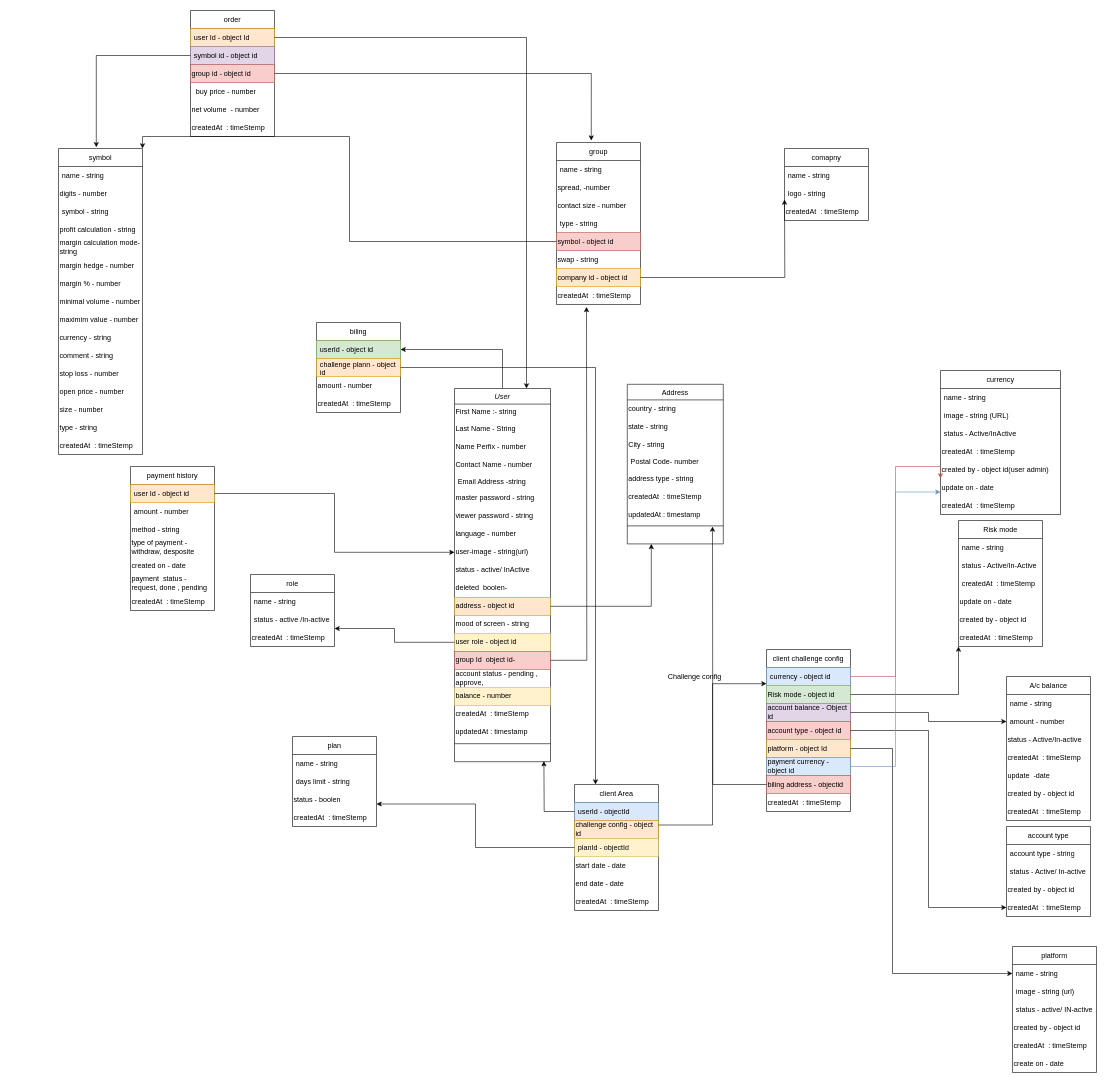
ankurram/testing1 keeps this draw.io diagram as Untitled Diagram.drawio. Above is the earlier version. Source tidied: cells renumbered, new cells numbered last; positions are measured from the earlier drawing's top-left corner, leaving out a move shared by most shapes. Both pictures are drawn from the tidied source at 60%, with x=0, y=0 at pixel (58, 10).
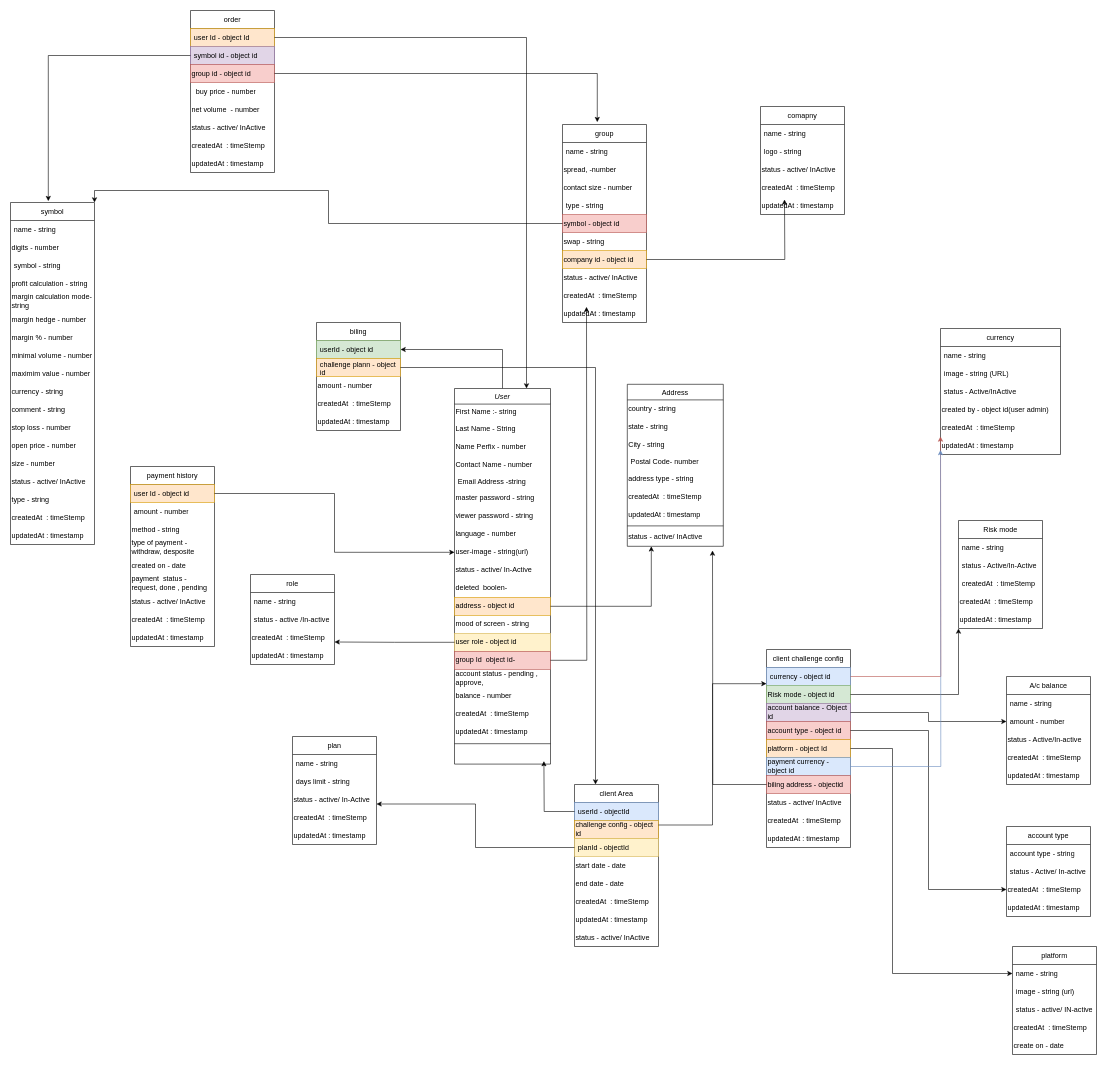
The same diagram, later.

Unchanged cells that the change refers to:
```xml
<mxCell id="43" value="currency - object id" style="text;strokeColor=#6c8ebf;fillColor=#dae8fc;align=left;verticalAlign=middle;spacingLeft=4;spacingRight=4;overflow=hidden;points=[[0,0.5],[1,0.5]];portConstraint=eastwest;whiteSpace=wrap;html=1;" parent="42" vertex="1">
  <mxGeometry y="30" width="140" height="30" as="geometry" />
</mxCell>
<mxCell id="48" value="payment currency - object id" style="text;html=1;strokeColor=#6c8ebf;fillColor=#dae8fc;align=left;verticalAlign=middle;whiteSpace=wrap;rounded=0;" parent="42" vertex="1">
  <mxGeometry y="180" width="140" height="30" as="geometry" />
</mxCell>
<mxCell id="49" value="biling address - objectid" style="text;html=1;strokeColor=#b85450;fillColor=#f8cecc;align=left;verticalAlign=middle;whiteSpace=wrap;rounded=0;" parent="42" vertex="1">
  <mxGeometry y="210" width="140" height="30" as="geometry" />
</mxCell>
<mxCell id="89" value="account type" style="swimlane;fontStyle=0;horizontal=1;startSize=30;whiteSpace=wrap;html=1;labelBackgroundColor=none;labelBorderColor=none;" parent="1" vertex="1">
  <mxGeometry x="1580" y="1360" width="140" height="150" as="geometry" />
</mxCell>
```

Diff of the diagram source:
```diff
@@
     <mxCell id="3" value="User" style="swimlane;fontStyle=2;align=center;verticalAlign=top;horizontal=1;startSize=26;rounded=0;shadow=0;strokeWidth=1;" parent="1" vertex="1">
-      <mxGeometry x="660" y="630" width="160" height="622" as="geometry" />
+      <mxGeometry x="660" y="630" width="160" height="626" as="geometry" />
     </mxCell>
@@
-    <mxCell id="13" value="status - active/ InActive" style="text;html=1;strokeColor=none;fillColor=none;align=left;verticalAlign=middle;whiteSpace=wrap;rounded=0;" parent="3" vertex="1">
+    <mxCell id="13" value="status - active/ In-Active" style="text;html=1;strokeColor=none;fillColor=none;align=left;verticalAlign=middle;whiteSpace=wrap;rounded=0;" parent="3" vertex="1">
       <mxGeometry y="288" width="160" height="30" as="geometry" />
     </mxCell>
@@
-    <mxCell id="20" value="balance - number" style="text;html=1;strokeColor=#d6b656;fillColor=#fff2cc;align=left;verticalAlign=middle;whiteSpace=wrap;rounded=0;" parent="3" vertex="1">
+    <mxCell id="20" value="balance - number" style="text;html=1;align=left;verticalAlign=middle;whiteSpace=wrap;rounded=0;" parent="3" vertex="1">
       <mxGeometry y="498" width="160" height="30" as="geometry" />
     </mxCell>
@@
     <mxCell id="24" value="Address" style="swimlane;fontStyle=0;align=center;verticalAlign=top;horizontal=1;startSize=26;rounded=0;shadow=0;strokeWidth=1;" parent="1" vertex="1">
-      <mxGeometry x="948" y="623" width="160" height="266" as="geometry" />
+      <mxGeometry x="948" y="623" width="160" height="270" as="geometry" />
     </mxCell>
@@
+    <mxCell id="164" value="status - active/ InActive" style="text;html=1;strokeColor=none;fillColor=none;align=left;verticalAlign=middle;whiteSpace=wrap;rounded=0;" parent="24" vertex="1">
+      <mxGeometry y="240" width="160" height="30" as="geometry" />
+    </mxCell>
     <mxCell id="33" value="client Area" style="swimlane;fontStyle=0;horizontal=1;startSize=30;whiteSpace=wrap;html=1;" parent="1" vertex="1">
-      <mxGeometry x="860" y="1290" width="140" height="210" as="geometry" />
+      <mxGeometry x="860" y="1290" width="140" height="270" as="geometry" />
     </mxCell>
@@
+    <mxCell id="165" value="updatedAt : timestamp" style="text;html=1;strokeColor=none;fillColor=none;align=left;verticalAlign=middle;whiteSpace=wrap;rounded=0;" parent="33" vertex="1">
+      <mxGeometry y="210" width="140" height="30" as="geometry" />
+    </mxCell>
+    <mxCell id="166" value="status - active/ InActive" style="text;html=1;strokeColor=none;fillColor=none;align=left;verticalAlign=middle;whiteSpace=wrap;rounded=0;" parent="33" vertex="1">
+      <mxGeometry y="240" width="140" height="30" as="geometry" />
+    </mxCell>
@@
-    <mxCell id="41" value="Challenge config" style="text;html=1;align=center;verticalAlign=middle;strokeColor=none;fillColor=none;" parent="1" vertex="1">
-      <mxGeometry x="1000" y="1095" width="120" height="30" as="geometry" />
-    </mxCell>
     <mxCell id="42" value="client challenge config" style="swimlane;fontStyle=0;horizontal=1;startSize=30;whiteSpace=wrap;html=1;" parent="1" vertex="1">
-      <mxGeometry x="1180" y="1065" width="140" height="270" as="geometry" />
+      <mxGeometry x="1180" y="1065" width="140" height="330" as="geometry" />
     </mxCell>
@@
+    <mxCell id="167" value="status - active/ InActive" style="text;html=1;strokeColor=none;fillColor=none;align=left;verticalAlign=middle;whiteSpace=wrap;rounded=0;" parent="42" vertex="1">
+      <mxGeometry y="240" width="140" height="30" as="geometry" />
+    </mxCell>
     <mxCell id="50" value="createdAt&amp;nbsp; : timeStemp" style="text;html=1;strokeColor=none;fillColor=none;align=left;verticalAlign=middle;whiteSpace=wrap;rounded=0;" parent="42" vertex="1">
-      <mxGeometry y="240" width="140" height="30" as="geometry" />
+      <mxGeometry y="270" width="140" height="30" as="geometry" />
     </mxCell>
+    <mxCell id="168" value="updatedAt : timestamp" style="text;html=1;strokeColor=none;fillColor=none;align=left;verticalAlign=middle;whiteSpace=wrap;rounded=0;" parent="42" vertex="1">
+      <mxGeometry y="300" width="140" height="30" as="geometry" />
+    </mxCell>
     <mxCell id="51" style="edgeStyle=orthogonalEdgeStyle;rounded=0;jettySize=auto;html=1;" parent="1" edge="1" source="49">
       <mxGeometry relative="1" as="geometry">
-        <mxPoint x="1090" y="860" as="targetPoint" />
+        <mxPoint x="1090" y="900" as="targetPoint" />
       </mxGeometry>
     </mxCell>
     <mxCell id="52" value="biling" style="swimlane;fontStyle=0;horizontal=1;startSize=30;whiteSpace=wrap;html=1;" parent="1" vertex="1">
-      <mxGeometry x="430" y="520" width="140" height="150" as="geometry" />
+      <mxGeometry x="430" y="520" width="140" height="180" as="geometry" />
     </mxCell>
@@
+    <mxCell id="169" value="updatedAt : timestamp" style="text;html=1;strokeColor=none;fillColor=none;align=left;verticalAlign=middle;whiteSpace=wrap;rounded=0;" parent="52" vertex="1">
+      <mxGeometry y="150" width="140" height="30" as="geometry" />
+    </mxCell>
@@
     <mxCell id="58" value="&lt;div align=&quot;center&quot;&gt;plan&lt;/div&gt;" style="swimlane;fontStyle=0;horizontal=1;startSize=30;whiteSpace=wrap;html=1;align=center;" parent="1" vertex="1">
-      <mxGeometry x="390" y="1210" width="140" height="150" as="geometry" />
+      <mxGeometry x="390" y="1210" width="140" height="180" as="geometry" />
     </mxCell>
@@
-    <mxCell id="61" value="status - boolen" style="text;html=1;strokeColor=none;fillColor=none;align=left;verticalAlign=middle;whiteSpace=wrap;rounded=0;" parent="58" vertex="1">
+    <mxCell id="61" value="status - active/ In-Active" style="text;html=1;strokeColor=none;fillColor=none;align=left;verticalAlign=middle;whiteSpace=wrap;rounded=0;" parent="58" vertex="1">
       <mxGeometry y="90" width="140" height="30" as="geometry" />
     </mxCell>
@@
+    <mxCell id="170" value="updatedAt : timestamp" style="text;html=1;strokeColor=none;fillColor=none;align=left;verticalAlign=middle;whiteSpace=wrap;rounded=0;" parent="58" vertex="1">
+      <mxGeometry y="150" width="140" height="30" as="geometry" />
+    </mxCell>
     <mxCell id="63" value="currency" style="swimlane;fontStyle=0;horizontal=1;startSize=30;whiteSpace=wrap;html=1;" parent="1" vertex="1">
-      <mxGeometry x="1470" y="600" width="200" height="240" as="geometry" />
+      <mxGeometry x="1470" y="530" width="200" height="210" as="geometry" />
     </mxCell>
@@
-    <mxCell id="67" value="createdAt&amp;nbsp; : timeStemp" style="text;html=1;strokeColor=none;fillColor=none;align=left;verticalAlign=middle;whiteSpace=wrap;rounded=0;" parent="63" vertex="1">
-      <mxGeometry y="120" width="200" height="30" as="geometry" />
-    </mxCell>
     <mxCell id="68" value="created by - object id(user admin)" style="text;html=1;strokeColor=none;fillColor=none;align=left;verticalAlign=middle;whiteSpace=wrap;rounded=0;" parent="63" vertex="1">
-      <mxGeometry y="150" width="200" height="30" as="geometry" />
+      <mxGeometry y="120" width="200" height="30" as="geometry" />
     </mxCell>
-    <mxCell id="69" value="update on - date" style="text;html=1;strokeColor=none;fillColor=none;align=left;verticalAlign=middle;whiteSpace=wrap;rounded=0;" parent="63" vertex="1">
-      <mxGeometry y="180" width="200" height="30" as="geometry" />
-    </mxCell>
     <mxCell id="70" value="createdAt&amp;nbsp; : timeStemp" style="text;html=1;strokeColor=none;fillColor=none;align=left;verticalAlign=middle;whiteSpace=wrap;rounded=0;" parent="63" vertex="1">
-      <mxGeometry y="210" width="200" height="30" as="geometry" />
+      <mxGeometry y="150" width="200" height="30" as="geometry" />
     </mxCell>
+    <mxCell id="171" value="updatedAt : timestamp" style="text;html=1;strokeColor=none;fillColor=none;align=left;verticalAlign=middle;whiteSpace=wrap;rounded=0;" parent="63" vertex="1">
+      <mxGeometry y="180" width="200" height="30" as="geometry" />
+    </mxCell>
-    <mxCell id="71" style="edgeStyle=orthogonalEdgeStyle;rounded=0;jettySize=auto;html=1;entryX=0;entryY=0;entryDx=0;entryDy=0;fillColor=#f8cecc;strokeColor=#b85450;" parent="1" edge="1" source="43" target="69">
-      <mxGeometry relative="1" as="geometry" />
+    <mxCell id="71" style="edgeStyle=orthogonalEdgeStyle;rounded=0;jettySize=auto;html=1;entryX=0;entryY=0;entryDx=0;entryDy=0;fillColor=#f8cecc;strokeColor=#b85450;" parent="1" edge="1" source="43">
+      <mxGeometry relative="1" as="geometry">
+        <mxPoint x="1470" y="710" as="targetPoint" />
+      </mxGeometry>
     </mxCell>
     <mxCell id="72" value="Risk mode" style="swimlane;fontStyle=0;horizontal=1;startSize=30;whiteSpace=wrap;html=1;" parent="1" vertex="1">
-      <mxGeometry x="1500" y="850" width="140" height="210" as="geometry" />
+      <mxGeometry x="1500" y="850" width="140" height="180" as="geometry" />
     </mxCell>
@@
+    <mxCell id="78" value="createdAt&amp;nbsp; : timeStemp" style="text;html=1;strokeColor=none;fillColor=none;align=left;verticalAlign=middle;whiteSpace=wrap;rounded=0;" parent="72" vertex="1">
+      <mxGeometry y="120" width="140" height="30" as="geometry" />
+    </mxCell>
-    <mxCell id="76" value="update on - date" style="text;html=1;strokeColor=none;fillColor=none;align=left;verticalAlign=middle;whiteSpace=wrap;rounded=0;" parent="72" vertex="1">
-      <mxGeometry y="120" width="140" height="30" as="geometry" />
+    <mxCell id="76" value="updatedAt : timestamp" style="text;html=1;strokeColor=none;fillColor=none;align=left;verticalAlign=middle;whiteSpace=wrap;rounded=0;" parent="72" vertex="1">
+      <mxGeometry y="150" width="140" height="30" as="geometry" />
     </mxCell>
-    <mxCell id="77" value="created by - object id" style="text;html=1;strokeColor=none;fillColor=none;align=left;verticalAlign=middle;whiteSpace=wrap;rounded=0;" parent="72" vertex="1">
-      <mxGeometry y="150" width="140" height="30" as="geometry" />
-    </mxCell>
-    <mxCell id="78" value="createdAt&amp;nbsp; : timeStemp" style="text;html=1;strokeColor=none;fillColor=none;align=left;verticalAlign=middle;whiteSpace=wrap;rounded=0;" parent="72" vertex="1">
-      <mxGeometry y="180" width="140" height="30" as="geometry" />
-    </mxCell>
@@
     <mxCell id="80" value="A/c balance" style="swimlane;fontStyle=0;horizontal=1;startSize=30;whiteSpace=wrap;html=1;" parent="1" vertex="1">
-      <mxGeometry x="1580" y="1110" width="140" height="240" as="geometry" />
+      <mxGeometry x="1580" y="1110" width="140" height="180" as="geometry" />
     </mxCell>
@@
-    <mxCell id="84" value="createdAt&amp;nbsp; : timeStemp" style="text;html=1;strokeColor=none;fillColor=none;align=left;verticalAlign=middle;whiteSpace=wrap;rounded=0;" parent="80" vertex="1">
-      <mxGeometry y="120" width="140" height="30" as="geometry" />
-    </mxCell>
+    <mxCell id="87" value="createdAt&amp;nbsp; : timeStemp" style="text;html=1;strokeColor=none;fillColor=none;align=left;verticalAlign=middle;whiteSpace=wrap;rounded=0;" parent="80" vertex="1">
+      <mxGeometry y="120" width="140" height="30" as="geometry" />
+    </mxCell>
-    <mxCell id="85" value="update&amp;nbsp; -date" style="text;html=1;strokeColor=none;fillColor=none;align=left;verticalAlign=middle;whiteSpace=wrap;rounded=0;" parent="80" vertex="1">
+    <mxCell id="85" value="updatedAt : timestamp" style="text;html=1;strokeColor=none;fillColor=none;align=left;verticalAlign=middle;whiteSpace=wrap;rounded=0;" parent="80" vertex="1">
       <mxGeometry y="150" width="140" height="30" as="geometry" />
     </mxCell>
-    <mxCell id="86" value="created by - object id" style="text;html=1;strokeColor=none;fillColor=none;align=left;verticalAlign=middle;whiteSpace=wrap;rounded=0;" parent="80" vertex="1">
-      <mxGeometry y="180" width="140" height="30" as="geometry" />
-    </mxCell>
-    <mxCell id="87" value="createdAt&amp;nbsp; : timeStemp" style="text;html=1;strokeColor=none;fillColor=none;align=left;verticalAlign=middle;whiteSpace=wrap;rounded=0;" parent="80" vertex="1">
-      <mxGeometry y="210" width="140" height="30" as="geometry" />
-    </mxCell>
@@
-    <mxCell id="92" value="created by - object id" style="text;html=1;strokeColor=none;fillColor=none;align=left;verticalAlign=middle;whiteSpace=wrap;rounded=0;" parent="89" vertex="1">
-      <mxGeometry y="90" width="140" height="30" as="geometry" />
-    </mxCell>
     <mxCell id="93" value="createdAt&amp;nbsp; : timeStemp" style="text;html=1;strokeColor=none;fillColor=none;align=left;verticalAlign=middle;whiteSpace=wrap;rounded=0;" parent="89" vertex="1">
-      <mxGeometry y="120" width="140" height="30" as="geometry" />
+      <mxGeometry y="90" width="140" height="30" as="geometry" />
     </mxCell>
+    <mxCell id="172" value="updatedAt : timestamp" style="text;html=1;strokeColor=none;fillColor=none;align=left;verticalAlign=middle;whiteSpace=wrap;rounded=0;" parent="89" vertex="1">
+      <mxGeometry y="120" width="140" height="30" as="geometry" />
+    </mxCell>
@@
     <mxCell id="95" value="platform " style="swimlane;fontStyle=0;horizontal=1;startSize=30;whiteSpace=wrap;html=1;" parent="1" vertex="1">
-      <mxGeometry x="1590" y="1560" width="140" height="210" as="geometry" />
+      <mxGeometry x="1590" y="1560" width="140" height="180" as="geometry" />
     </mxCell>
@@
-    <mxCell id="99" value="created by - object id" style="text;html=1;strokeColor=none;fillColor=none;align=left;verticalAlign=middle;whiteSpace=wrap;rounded=0;" parent="95" vertex="1">
-      <mxGeometry y="120" width="140" height="30" as="geometry" />
-    </mxCell>
     <mxCell id="100" value="createdAt&amp;nbsp; : timeStemp" style="text;html=1;strokeColor=none;fillColor=none;align=left;verticalAlign=middle;whiteSpace=wrap;rounded=0;" parent="95" vertex="1">
-      <mxGeometry y="150" width="140" height="30" as="geometry" />
+      <mxGeometry y="120" width="140" height="30" as="geometry" />
     </mxCell>
     <mxCell id="101" value="create on - date" style="text;html=1;strokeColor=none;fillColor=none;align=left;verticalAlign=middle;whiteSpace=wrap;rounded=0;" parent="95" vertex="1">
-      <mxGeometry y="180" width="140" height="30" as="geometry" />
+      <mxGeometry y="150" width="140" height="30" as="geometry" />
     </mxCell>
@@
-    <mxCell id="103" style="edgeStyle=orthogonalEdgeStyle;rounded=0;jettySize=auto;html=1;entryX=0;entryY=0.75;entryDx=0;entryDy=0;fillColor=#dae8fc;strokeColor=#6c8ebf;labelBorderColor=none;fontSize=13;" parent="1" edge="1" source="48" target="69">
-      <mxGeometry relative="1" as="geometry" />
+    <mxCell id="103" style="edgeStyle=orthogonalEdgeStyle;rounded=0;jettySize=auto;html=1;entryX=0;entryY=0.75;entryDx=0;entryDy=0;fillColor=#dae8fc;strokeColor=#6c8ebf;labelBorderColor=none;fontSize=13;" parent="1" edge="1" source="48">
+      <mxGeometry relative="1" as="geometry">
+        <mxPoint x="1470" y="732.5" as="targetPoint" />
+      </mxGeometry>
     </mxCell>
     <mxCell id="104" value="payment history" style="swimlane;fontStyle=0;horizontal=1;startSize=30;whiteSpace=wrap;html=1;" parent="1" vertex="1">
-      <mxGeometry x="120" y="760" width="140" height="240" as="geometry" />
+      <mxGeometry x="120" y="760" width="140" height="300" as="geometry" />
     </mxCell>
@@
+    <mxCell id="173" value="status - active/ InActive" style="text;html=1;strokeColor=none;fillColor=none;align=left;verticalAlign=middle;whiteSpace=wrap;rounded=0;" parent="104" vertex="1">
+      <mxGeometry y="210" width="140" height="30" as="geometry" />
+    </mxCell>
     <mxCell id="111" value="createdAt&amp;nbsp; : timeStemp" style="text;html=1;strokeColor=none;fillColor=none;align=left;verticalAlign=middle;whiteSpace=wrap;rounded=0;" parent="104" vertex="1">
-      <mxGeometry y="210" width="140" height="30" as="geometry" />
+      <mxGeometry y="240" width="140" height="30" as="geometry" />
     </mxCell>
+    <mxCell id="174" value="updatedAt : timestamp" style="text;html=1;strokeColor=none;fillColor=none;align=left;verticalAlign=middle;whiteSpace=wrap;rounded=0;" parent="104" vertex="1">
+      <mxGeometry y="270" width="140" height="30" as="geometry" />
+    </mxCell>
@@
     <mxCell id="116" value="order" style="swimlane;fontStyle=0;horizontal=1;startSize=30;whiteSpace=wrap;html=1;" parent="1" vertex="1">
-      <mxGeometry x="220" width="140" height="210" as="geometry" />
+      <mxGeometry x="220" width="140" height="270" as="geometry" />
     </mxCell>
@@
+    <mxCell id="175" value="status - active/ InActive" style="text;html=1;strokeColor=none;fillColor=none;align=left;verticalAlign=middle;whiteSpace=wrap;rounded=0;" parent="116" vertex="1">
+      <mxGeometry y="180" width="140" height="30" as="geometry" />
+    </mxCell>
     <mxCell id="122" value="createdAt&amp;nbsp; : timeStemp" style="text;html=1;strokeColor=none;fillColor=none;align=left;verticalAlign=middle;whiteSpace=wrap;rounded=0;" parent="116" vertex="1">
-      <mxGeometry y="180" width="140" height="30" as="geometry" />
+      <mxGeometry y="210" width="140" height="30" as="geometry" />
     </mxCell>
+    <mxCell id="176" value="updatedAt : timestamp" style="text;html=1;strokeColor=none;fillColor=none;align=left;verticalAlign=middle;whiteSpace=wrap;rounded=0;" parent="116" vertex="1">
+      <mxGeometry y="240" width="140" height="30" as="geometry" />
+    </mxCell>
     <mxCell id="123" value="role" style="swimlane;fontStyle=0;horizontal=1;startSize=30;whiteSpace=wrap;html=1;" parent="1" vertex="1">
-      <mxGeometry x="320" y="940" width="140" height="120" as="geometry" />
+      <mxGeometry x="320" y="940" width="140" height="150" as="geometry" />
     </mxCell>
@@
+    <mxCell id="177" value="updatedAt : timestamp" style="text;html=1;strokeColor=none;fillColor=none;align=left;verticalAlign=middle;whiteSpace=wrap;rounded=0;" parent="123" vertex="1">
+      <mxGeometry y="120" width="140" height="30" as="geometry" />
+    </mxCell>
@@
     <mxCell id="128" value="group " style="swimlane;fontStyle=0;horizontal=1;startSize=30;whiteSpace=wrap;html=1;" parent="1" vertex="1">
-      <mxGeometry x="830" y="220" width="140" height="270" as="geometry" />
+      <mxGeometry x="840" y="190" width="140" height="330" as="geometry" />
     </mxCell>
@@
+    <mxCell id="178" value="status - active/ InActive" style="text;html=1;strokeColor=none;fillColor=none;align=left;verticalAlign=middle;whiteSpace=wrap;rounded=0;" parent="128" vertex="1">
+      <mxGeometry y="240" width="140" height="30" as="geometry" />
+    </mxCell>
     <mxCell id="136" value="createdAt&amp;nbsp; : timeStemp" style="text;html=1;strokeColor=none;fillColor=none;align=left;verticalAlign=middle;whiteSpace=wrap;rounded=0;" parent="128" vertex="1">
-      <mxGeometry y="240" width="140" height="30" as="geometry" />
+      <mxGeometry y="270" width="140" height="30" as="geometry" />
     </mxCell>
+    <mxCell id="179" value="updatedAt : timestamp" style="text;html=1;strokeColor=none;fillColor=none;align=left;verticalAlign=middle;whiteSpace=wrap;rounded=0;" parent="128" vertex="1">
+      <mxGeometry y="300" width="140" height="30" as="geometry" />
+    </mxCell>
@@
     <mxCell id="138" value="symbol" style="swimlane;fontStyle=0;horizontal=1;startSize=30;whiteSpace=wrap;html=1;" parent="1" vertex="1">
-      <mxGeometry y="230" width="140" height="510" as="geometry" />
+      <mxGeometry x="-80" y="320" width="140" height="570" as="geometry" />
     </mxCell>
@@
+    <mxCell id="180" value="status - active/ InActive" style="text;html=1;strokeColor=none;fillColor=none;align=left;verticalAlign=middle;whiteSpace=wrap;rounded=0;" parent="138" vertex="1">
+      <mxGeometry y="450" width="140" height="30" as="geometry" />
+    </mxCell>
     <mxCell id="153" value="type - string" style="text;html=1;strokeColor=none;fillColor=none;align=left;verticalAlign=middle;whiteSpace=wrap;rounded=0;" parent="138" vertex="1">
-      <mxGeometry y="450" width="140" height="30" as="geometry" />
+      <mxGeometry y="480" width="140" height="30" as="geometry" />
     </mxCell>
     <mxCell id="154" value="createdAt&amp;nbsp; : timeStemp" style="text;html=1;strokeColor=none;fillColor=none;align=left;verticalAlign=middle;whiteSpace=wrap;rounded=0;" parent="138" vertex="1">
-      <mxGeometry y="480" width="140" height="30" as="geometry" />
+      <mxGeometry y="510" width="140" height="30" as="geometry" />
     </mxCell>
+    <mxCell id="181" value="updatedAt : timestamp" style="text;html=1;strokeColor=none;fillColor=none;align=left;verticalAlign=middle;whiteSpace=wrap;rounded=0;" parent="138" vertex="1">
+      <mxGeometry y="540" width="140" height="30" as="geometry" />
+    </mxCell>
@@
     <mxCell id="157" value="comapny" style="swimlane;fontStyle=0;horizontal=1;startSize=30;whiteSpace=wrap;html=1;" parent="1" vertex="1">
-      <mxGeometry x="1210" y="230" width="140" height="120" as="geometry" />
+      <mxGeometry x="1170" y="160" width="140" height="180" as="geometry" />
     </mxCell>
@@
+    <mxCell id="182" value="status - active/ InActive" style="text;html=1;strokeColor=none;fillColor=none;align=left;verticalAlign=middle;whiteSpace=wrap;rounded=0;" parent="157" vertex="1">
+      <mxGeometry y="90" width="140" height="30" as="geometry" />
+    </mxCell>
     <mxCell id="160" value="createdAt&amp;nbsp; : timeStemp" style="text;html=1;strokeColor=none;fillColor=none;align=left;verticalAlign=middle;whiteSpace=wrap;rounded=0;" parent="157" vertex="1">
-      <mxGeometry y="90" width="140" height="30" as="geometry" />
+      <mxGeometry y="120" width="140" height="30" as="geometry" />
     </mxCell>
+    <mxCell id="183" value="updatedAt : timestamp" style="text;html=1;strokeColor=none;fillColor=none;align=left;verticalAlign=middle;whiteSpace=wrap;rounded=0;" parent="157" vertex="1">
+      <mxGeometry y="150" width="140" height="30" as="geometry" />
+    </mxCell>
```
